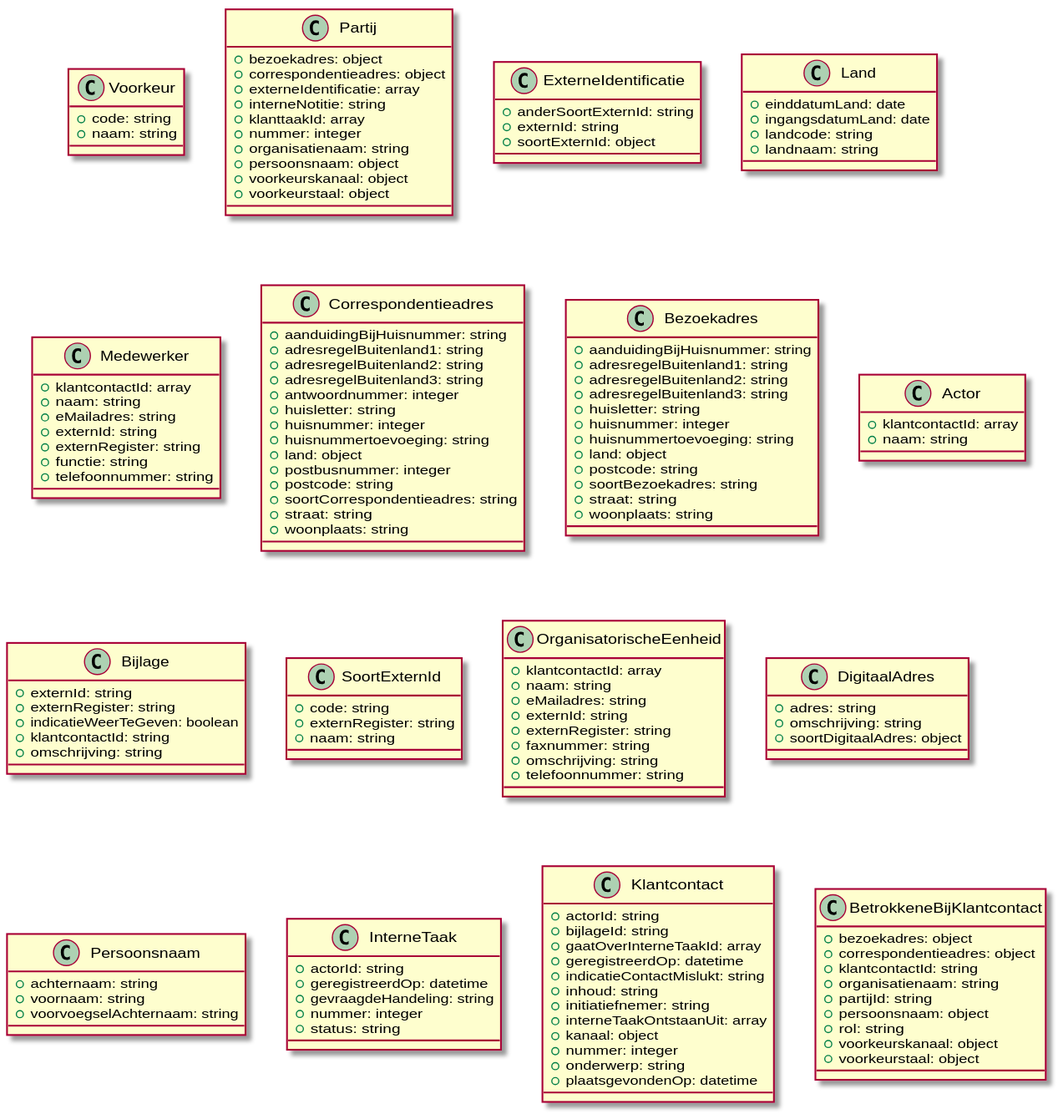
Before: docs/schema/all_classes.svg, a diagram exported from PlantUML (CommonGateway/CustomerInteractionBundle). Source of this version:
```plantuml
@startuml
class Voorkeur {
  + code: string
  + naam: string
}
class Partij {
  + bezoekadres: object
  + correspondentieadres: object
  + externeIdentificatie: array
  + interneNotitie: string
  + klanttaakId: array
  + nummer: integer
  + organisatienaam: string
  + persoonsnaam: object
  + voorkeurskanaal: object
  + voorkeurstaal: object
}
class ExterneIdentificatie {
  + anderSoortExternId: string
  + externId: string
  + soortExternId: object
}
class Land {
  + einddatumLand: date
  + ingangsdatumLand: date
  + landcode: string
  + landnaam: string
}
class Medewerker {
  + klantcontactId: array
  + naam: string
  + eMailadres: string
  + externId: string
  + externRegister: string
  + functie: string
  + telefoonnummer: string
}
class Correspondentieadres {
  + aanduidingBijHuisnummer: string
  + adresregelBuitenland1: string
  + adresregelBuitenland2: string
  + adresregelBuitenland3: string
  + antwoordnummer: integer
  + huisletter: string
  + huisnummer: integer
  + huisnummertoevoeging: string
  + land: object
  + postbusnummer: integer
  + postcode: string
  + soortCorrespondentieadres: string
  + straat: string
  + woonplaats: string
}
class Bezoekadres {
  + aanduidingBijHuisnummer: string
  + adresregelBuitenland1: string
  + adresregelBuitenland2: string
  + adresregelBuitenland3: string
  + huisletter: string
  + huisnummer: integer
  + huisnummertoevoeging: string
  + land: object
  + postcode: string
  + soortBezoekadres: string
  + straat: string
  + woonplaats: string
}
class Actor {
  + klantcontactId: array
  + naam: string
}
class Bijlage {
  + externId: string
  + externRegister: string
  + indicatieWeerTeGeven: boolean
  + klantcontactId: string
  + omschrijving: string
}
class SoortExternId {
  + code: string
  + externRegister: string
  + naam: string
}
class OrganisatorischeEenheid {
  + klantcontactId: array
  + naam: string
  + eMailadres: string
  + externId: string
  + externRegister: string
  + faxnummer: string
  + omschrijving: string
  + telefoonnummer: string
}
class DigitaalAdres {
  + adres: string
  + omschrijving: string
  + soortDigitaalAdres: object
}
class Persoonsnaam {
  + achternaam: string
  + voornaam: string
  + voorvoegselAchternaam: string
}
class InterneTaak {
  + actorId: string
  + geregistreerdOp: datetime
  + gevraagdeHandeling: string
  + nummer: integer
  + status: string
}
class Klantcontact {
  + actorId: string
  + bijlageId: string
  + gaatOverInterneTaakId: array
  + geregistreerdOp: datetime
  + indicatieContactMislukt: string
  + inhoud: string
  + initiatiefnemer: string
  + interneTaakOntstaanUit: array
  + kanaal: object
  + nummer: integer
  + onderwerp: string
  + plaatsgevondenOp: datetime
}
class BetrokkeneBijKlantcontact {
  + bezoekadres: object
  + correspondentieadres: object
  + klantcontactId: string
  + organisatienaam: string
  + partijId: string
  + persoonsnaam: object
  + rol: string
  + voorkeurskanaal: object
  + voorkeurstaal: object
}
@enduml
```
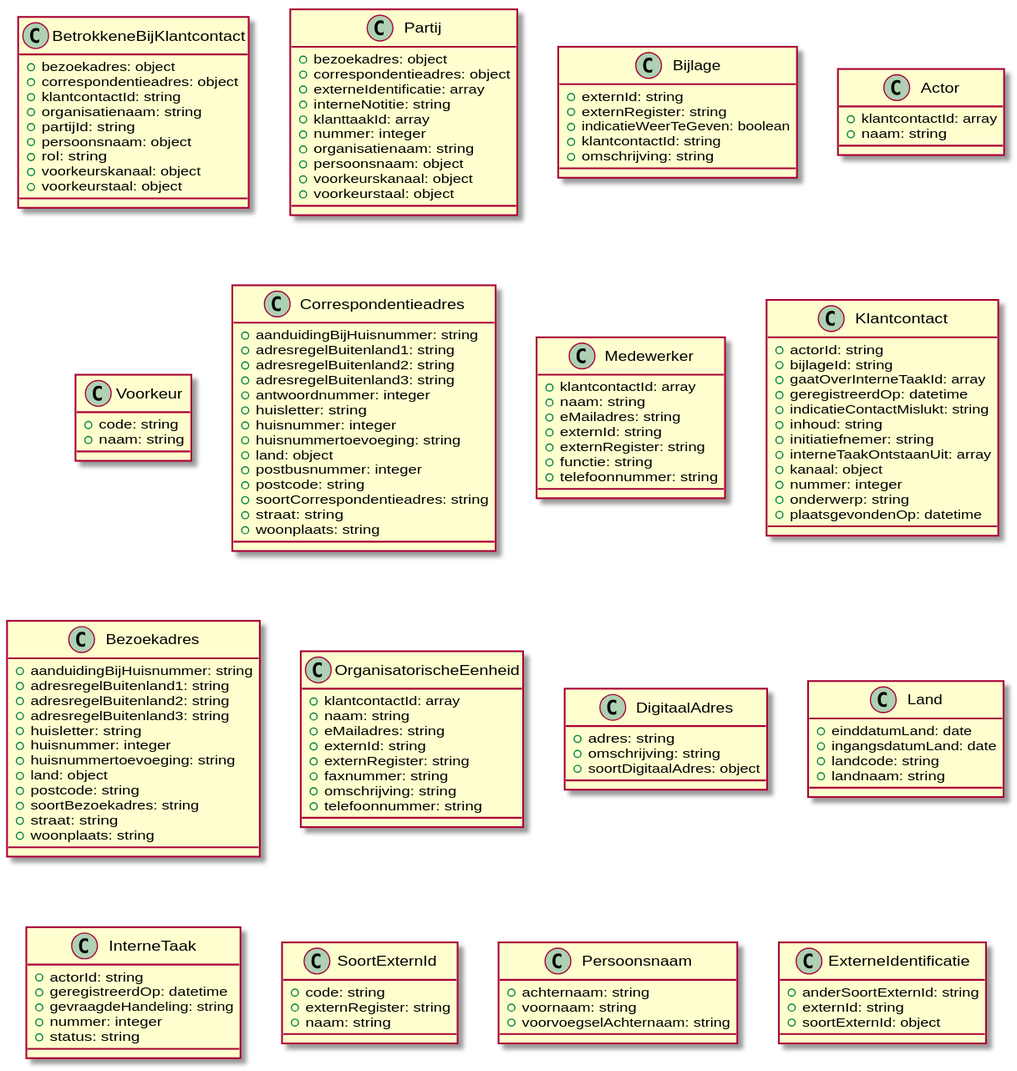
Above is the later version.

What changed in the source:
```diff
@@ -1,7 +1,14 @@
 @startuml
-class Voorkeur {
-  + code: string
-  + naam: string
+class BetrokkeneBijKlantcontact {
+  + bezoekadres: object
+  + correspondentieadres: object
+  + klantcontactId: string
+  + organisatienaam: string
+  + partijId: string
+  + persoonsnaam: object
+  + rol: string
+  + voorkeurskanaal: object
+  + voorkeurstaal: object
 }
 class Partij {
   + bezoekadres: object
@@ -15,25 +22,20 @@
   + voorkeurskanaal: object
   + voorkeurstaal: object
 }
-class ExterneIdentificatie {
-  + anderSoortExternId: string
+class Bijlage {
   + externId: string
-  + soortExternId: object
+  + externRegister: string
+  + indicatieWeerTeGeven: boolean
+  + klantcontactId: string
+  + omschrijving: string
 }
-class Land {
-  + einddatumLand: date
-  + ingangsdatumLand: date
-  + landcode: string
-  + landnaam: string
-}
-class Medewerker {
+class Actor {
   + klantcontactId: array
   + naam: string
-  + eMailadres: string
-  + externId: string
-  + externRegister: string
-  + functie: string
-  + telefoonnummer: string
+}
+class Voorkeur {
+  + code: string
+  + naam: string
 }
 class Correspondentieadres {
   + aanduidingBijHuisnummer: string
@@ -51,6 +53,29 @@
   + straat: string
   + woonplaats: string
 }
+class Medewerker {
+  + klantcontactId: array
+  + naam: string
+  + eMailadres: string
+  + externId: string
+  + externRegister: string
+  + functie: string
+  + telefoonnummer: string
+}
+class Klantcontact {
+  + actorId: string
+  + bijlageId: string
+  + gaatOverInterneTaakId: array
+  + geregistreerdOp: datetime
+  + indicatieContactMislukt: string
+  + inhoud: string
+  + initiatiefnemer: string
+  + interneTaakOntstaanUit: array
+  + kanaal: object
+  + nummer: integer
+  + onderwerp: string
+  + plaatsgevondenOp: datetime
+}
 class Bezoekadres {
   + aanduidingBijHuisnummer: string
   + adresregelBuitenland1: string
@@ -64,22 +89,6 @@
   + soortBezoekadres: string
   + straat: string
   + woonplaats: string
-}
-class Actor {
-  + klantcontactId: array
-  + naam: string
-}
-class Bijlage {
-  + externId: string
-  + externRegister: string
-  + indicatieWeerTeGeven: boolean
-  + klantcontactId: string
-  + omschrijving: string
-}
-class SoortExternId {
-  + code: string
-  + externRegister: string
-  + naam: string
 }
 class OrganisatorischeEenheid {
   + klantcontactId: array
@@ -96,10 +105,11 @@
   + omschrijving: string
   + soortDigitaalAdres: object
 }
-class Persoonsnaam {
-  + achternaam: string
-  + voornaam: string
-  + voorvoegselAchternaam: string
+class Land {
+  + einddatumLand: date
+  + ingangsdatumLand: date
+  + landcode: string
+  + landnaam: string
 }
 class InterneTaak {
   + actorId: string
@@ -108,29 +118,19 @@
   + nummer: integer
   + status: string
 }
-class Klantcontact {
-  + actorId: string
-  + bijlageId: string
-  + gaatOverInterneTaakId: array
-  + geregistreerdOp: datetime
-  + indicatieContactMislukt: string
-  + inhoud: string
-  + initiatiefnemer: string
-  + interneTaakOntstaanUit: array
-  + kanaal: object
-  + nummer: integer
-  + onderwerp: string
-  + plaatsgevondenOp: datetime
+class SoortExternId {
+  + code: string
+  + externRegister: string
+  + naam: string
 }
-class BetrokkeneBijKlantcontact {
-  + bezoekadres: object
-  + correspondentieadres: object
-  + klantcontactId: string
-  + organisatienaam: string
-  + partijId: string
-  + persoonsnaam: object
-  + rol: string
-  + voorkeurskanaal: object
-  + voorkeurstaal: object
+class Persoonsnaam {
+  + achternaam: string
+  + voornaam: string
+  + voorvoegselAchternaam: string
+}
+class ExterneIdentificatie {
+  + anderSoortExternId: string
+  + externId: string
+  + soortExternId: object
 }
 @enduml
```
